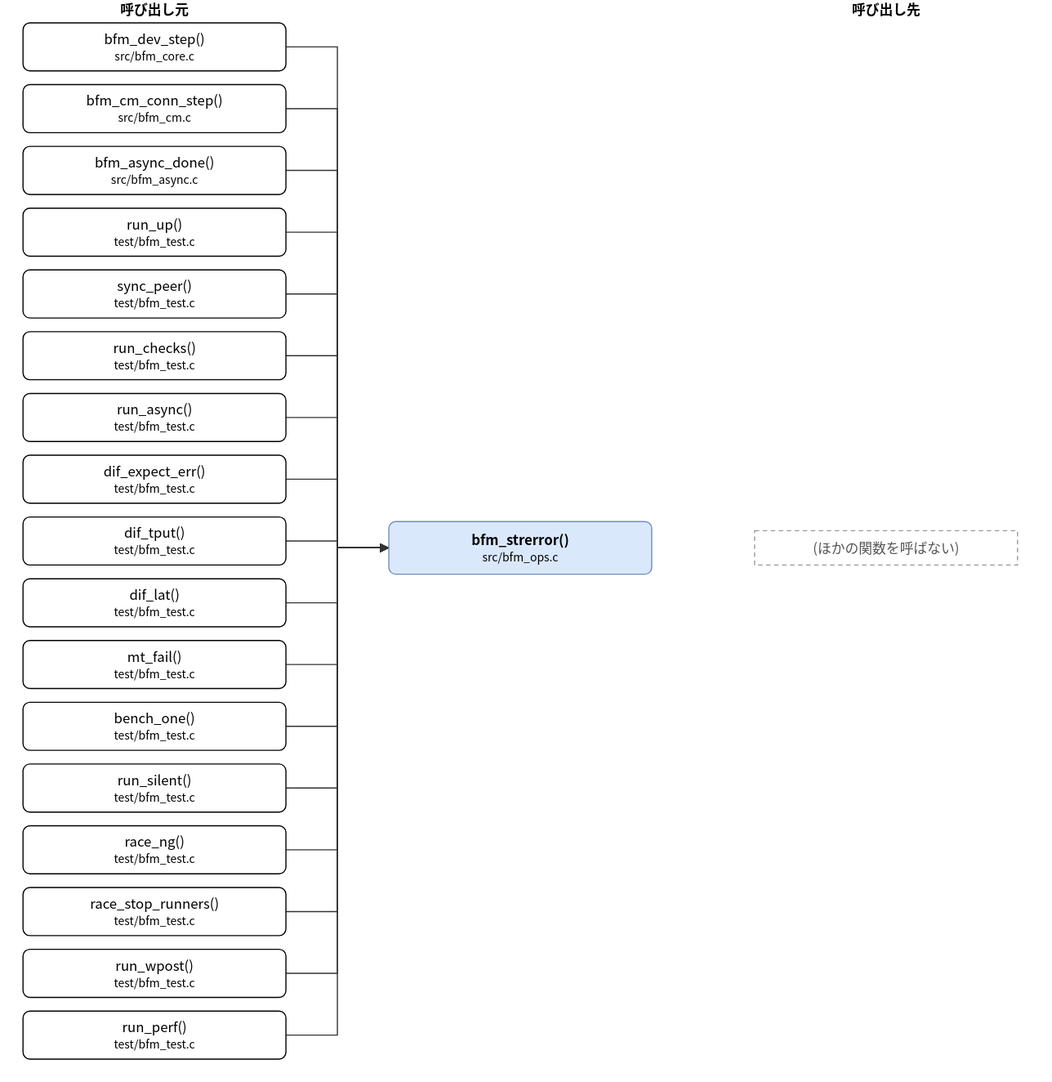
hf355051012-ai/bfmem keeps this draw.io diagram as doc/spec/images/call_src_bfm_ops-bfm_strerror.drawio.svg. Above is the earlier version. Source tidied: cells renumbered, new cells last; positions are measured from the earlier drawing's top-left corner, leaving out a move shared by most shapes.
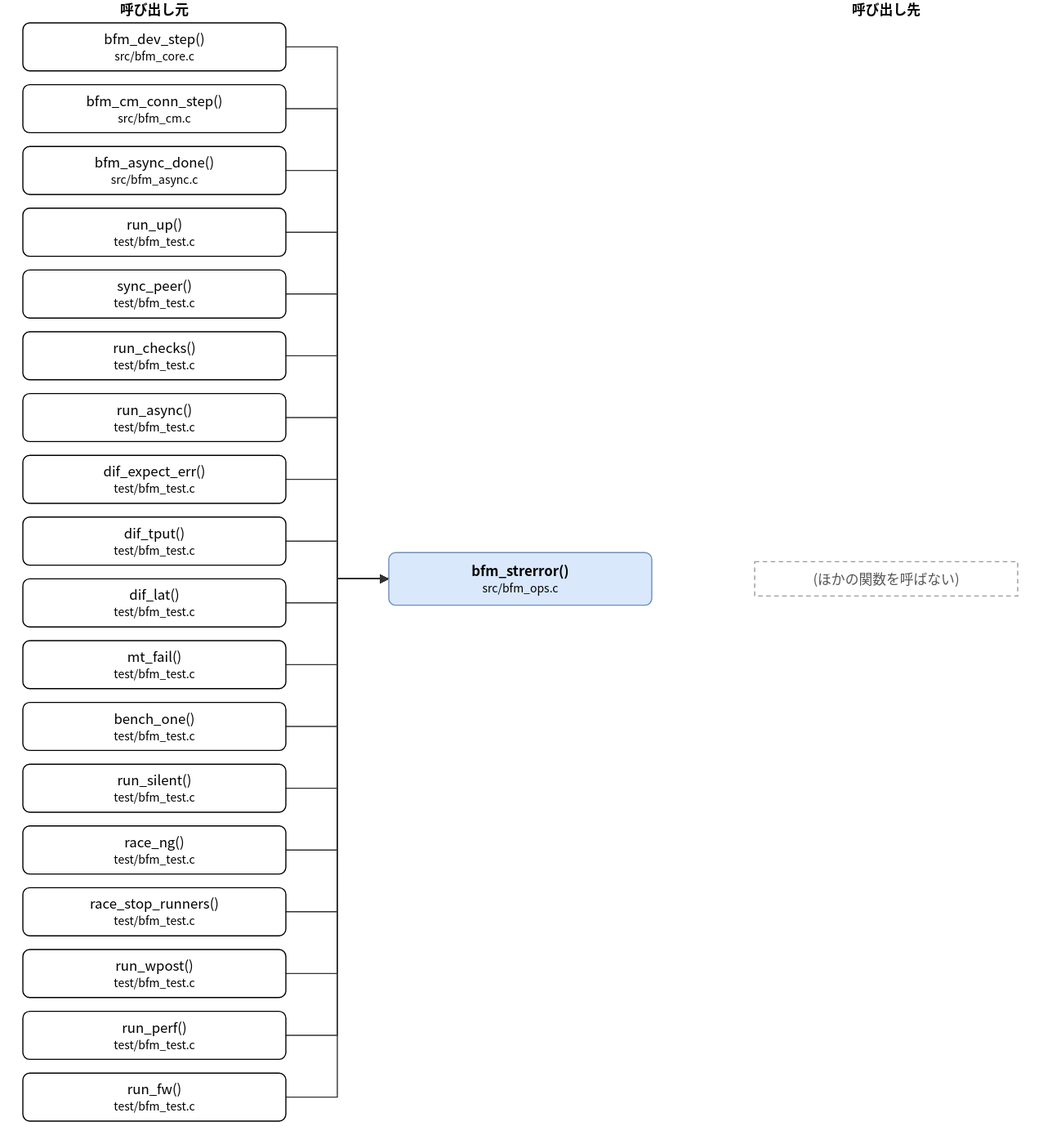
After the change.

Change to the diagram source:
```diff
@@ -3,7 +3,7 @@
     <mxCell id="0" />
     <mxCell id="1" parent="0" />
     <mxCell id="2" value="bfm_strerror()&lt;br&gt;&lt;font style=&quot;font-size:10px&quot;&gt;src/bfm_ops.c&lt;/font&gt;" style="rounded=1;whiteSpace=wrap;html=1;fillColor=#dae8fc;strokeColor=#6c8ebf;fontStyle=1;" parent="1" vertex="1">
-      <mxGeometry x="320" y="456" width="230" height="46" as="geometry" />
+      <mxGeometry x="320" y="483" width="230" height="46" as="geometry" />
     </mxCell>
     <mxCell id="3" value="bfm_dev_step()&lt;br&gt;&lt;font style=&quot;font-size:10px&quot;&gt;src/bfm_core.c&lt;/font&gt;" style="rounded=1;whiteSpace=wrap;html=1;" parent="1" vertex="1">
       <mxGeometry y="20" width="230" height="42" as="geometry" />
@@ -56,14 +56,17 @@
     <mxCell id="19" value="run_perf()&lt;br&gt;&lt;font style=&quot;font-size:10px&quot;&gt;test/bfm_test.c&lt;/font&gt;" style="rounded=1;whiteSpace=wrap;html=1;" parent="1" vertex="1">
       <mxGeometry y="884" width="230" height="42" as="geometry" />
     </mxCell>
+    <mxCell id="40" value="run_fw()&lt;br&gt;&lt;font style=&quot;font-size:10px&quot;&gt;test/bfm_test.c&lt;/font&gt;" style="rounded=1;whiteSpace=wrap;html=1;" parent="1" vertex="1">
+      <mxGeometry y="938" width="230" height="42" as="geometry" />
+    </mxCell>
     <mxCell id="20" value="(ほかの関数を呼ばない)" style="rounded=0;whiteSpace=wrap;html=1;dashed=1;strokeColor=#999999;fontColor=#555555;dashed=1;" parent="1" vertex="1">
-      <mxGeometry x="640" y="464" width="230" height="30" as="geometry" />
+      <mxGeometry x="640" y="491" width="230" height="30" as="geometry" />
     </mxCell>
     <mxCell id="21" style="edgeStyle=none;html=1;rounded=0;endArrow=block;endFill=1;exitX=1.0000;exitY=0.5000;exitDx=0;exitDy=0;exitPerimeter=0;entryX=0.0000;entryY=0.5000;entryDx=0;entryDy=0;entryPerimeter=0;" parent="1" edge="1" source="3" target="2">
       <mxGeometry relative="1" as="geometry">
         <Array as="points">
           <mxPoint x="275" y="41" />
-          <mxPoint x="275" y="479" />
+          <mxPoint x="275" y="506" />
         </Array>
       </mxGeometry>
     </mxCell>
@@ -71,7 +74,7 @@
       <mxGeometry relative="1" as="geometry">
         <Array as="points">
           <mxPoint x="275" y="95" />
-          <mxPoint x="275" y="479" />
+          <mxPoint x="275" y="506" />
         </Array>
       </mxGeometry>
     </mxCell>
@@ -79,7 +82,7 @@
       <mxGeometry relative="1" as="geometry">
         <Array as="points">
           <mxPoint x="275" y="149" />
-          <mxPoint x="275" y="479" />
+          <mxPoint x="275" y="506" />
         </Array>
       </mxGeometry>
     </mxCell>
@@ -87,7 +90,7 @@
       <mxGeometry relative="1" as="geometry">
         <Array as="points">
           <mxPoint x="275" y="203" />
-          <mxPoint x="275" y="479" />
+          <mxPoint x="275" y="506" />
         </Array>
       </mxGeometry>
     </mxCell>
@@ -95,7 +98,7 @@
       <mxGeometry relative="1" as="geometry">
         <Array as="points">
           <mxPoint x="275" y="257" />
-          <mxPoint x="275" y="479" />
+          <mxPoint x="275" y="506" />
         </Array>
       </mxGeometry>
     </mxCell>
@@ -103,7 +106,7 @@
       <mxGeometry relative="1" as="geometry">
         <Array as="points">
           <mxPoint x="275" y="311" />
-          <mxPoint x="275" y="479" />
+          <mxPoint x="275" y="506" />
         </Array>
       </mxGeometry>
     </mxCell>
@@ -111,7 +114,7 @@
       <mxGeometry relative="1" as="geometry">
         <Array as="points">
           <mxPoint x="275" y="365" />
-          <mxPoint x="275" y="479" />
+          <mxPoint x="275" y="506" />
         </Array>
       </mxGeometry>
     </mxCell>
@@ -119,7 +122,7 @@
       <mxGeometry relative="1" as="geometry">
         <Array as="points">
           <mxPoint x="275" y="419" />
-          <mxPoint x="275" y="479" />
+          <mxPoint x="275" y="506" />
         </Array>
       </mxGeometry>
     </mxCell>
@@ -127,7 +130,7 @@
       <mxGeometry relative="1" as="geometry">
         <Array as="points">
           <mxPoint x="275" y="473" />
-          <mxPoint x="275" y="479" />
+          <mxPoint x="275" y="506" />
         </Array>
       </mxGeometry>
     </mxCell>
@@ -135,7 +138,7 @@
       <mxGeometry relative="1" as="geometry">
         <Array as="points">
           <mxPoint x="275" y="527" />
-          <mxPoint x="275" y="479" />
+          <mxPoint x="275" y="506" />
         </Array>
       </mxGeometry>
     </mxCell>
@@ -143,7 +146,7 @@
       <mxGeometry relative="1" as="geometry">
         <Array as="points">
           <mxPoint x="275" y="581" />
-          <mxPoint x="275" y="479" />
+          <mxPoint x="275" y="506" />
         </Array>
       </mxGeometry>
     </mxCell>
@@ -151,7 +154,7 @@
       <mxGeometry relative="1" as="geometry">
         <Array as="points">
           <mxPoint x="275" y="635" />
-          <mxPoint x="275" y="479" />
+          <mxPoint x="275" y="506" />
         </Array>
       </mxGeometry>
     </mxCell>
@@ -159,7 +162,7 @@
       <mxGeometry relative="1" as="geometry">
         <Array as="points">
           <mxPoint x="275" y="689" />
-          <mxPoint x="275" y="479" />
+          <mxPoint x="275" y="506" />
         </Array>
       </mxGeometry>
     </mxCell>
@@ -167,7 +170,7 @@
       <mxGeometry relative="1" as="geometry">
         <Array as="points">
           <mxPoint x="275" y="743" />
-          <mxPoint x="275" y="479" />
+          <mxPoint x="275" y="506" />
         </Array>
       </mxGeometry>
     </mxCell>
@@ -175,7 +178,7 @@
       <mxGeometry relative="1" as="geometry">
         <Array as="points">
           <mxPoint x="275" y="797" />
-          <mxPoint x="275" y="479" />
+          <mxPoint x="275" y="506" />
         </Array>
       </mxGeometry>
     </mxCell>
@@ -183,7 +186,7 @@
       <mxGeometry relative="1" as="geometry">
         <Array as="points">
           <mxPoint x="275" y="851" />
-          <mxPoint x="275" y="479" />
+          <mxPoint x="275" y="506" />
         </Array>
       </mxGeometry>
     </mxCell>
@@ -191,10 +194,18 @@
       <mxGeometry relative="1" as="geometry">
         <Array as="points">
           <mxPoint x="275" y="905" />
-          <mxPoint x="275" y="479" />
+          <mxPoint x="275" y="506" />
         </Array>
       </mxGeometry>
     </mxCell>
+    <mxCell id="41" style="edgeStyle=none;html=1;rounded=0;endArrow=block;endFill=1;exitX=1.0000;exitY=0.5000;exitDx=0;exitDy=0;exitPerimeter=0;entryX=0.0000;entryY=0.5000;entryDx=0;entryDy=0;entryPerimeter=0;" parent="1" edge="1" source="40" target="2">
+      <mxGeometry relative="1" as="geometry">
+        <Array as="points">
+          <mxPoint x="275" y="959" />
+          <mxPoint x="275" y="506" />
+        </Array>
+      </mxGeometry>
+    </mxCell>
     <mxCell id="38" value="呼び出し元" style="text;html=1;align=center;fontStyle=1;" parent="1" vertex="1">
       <mxGeometry x="35" width="160" height="18" as="geometry" />
     </mxCell>
```
